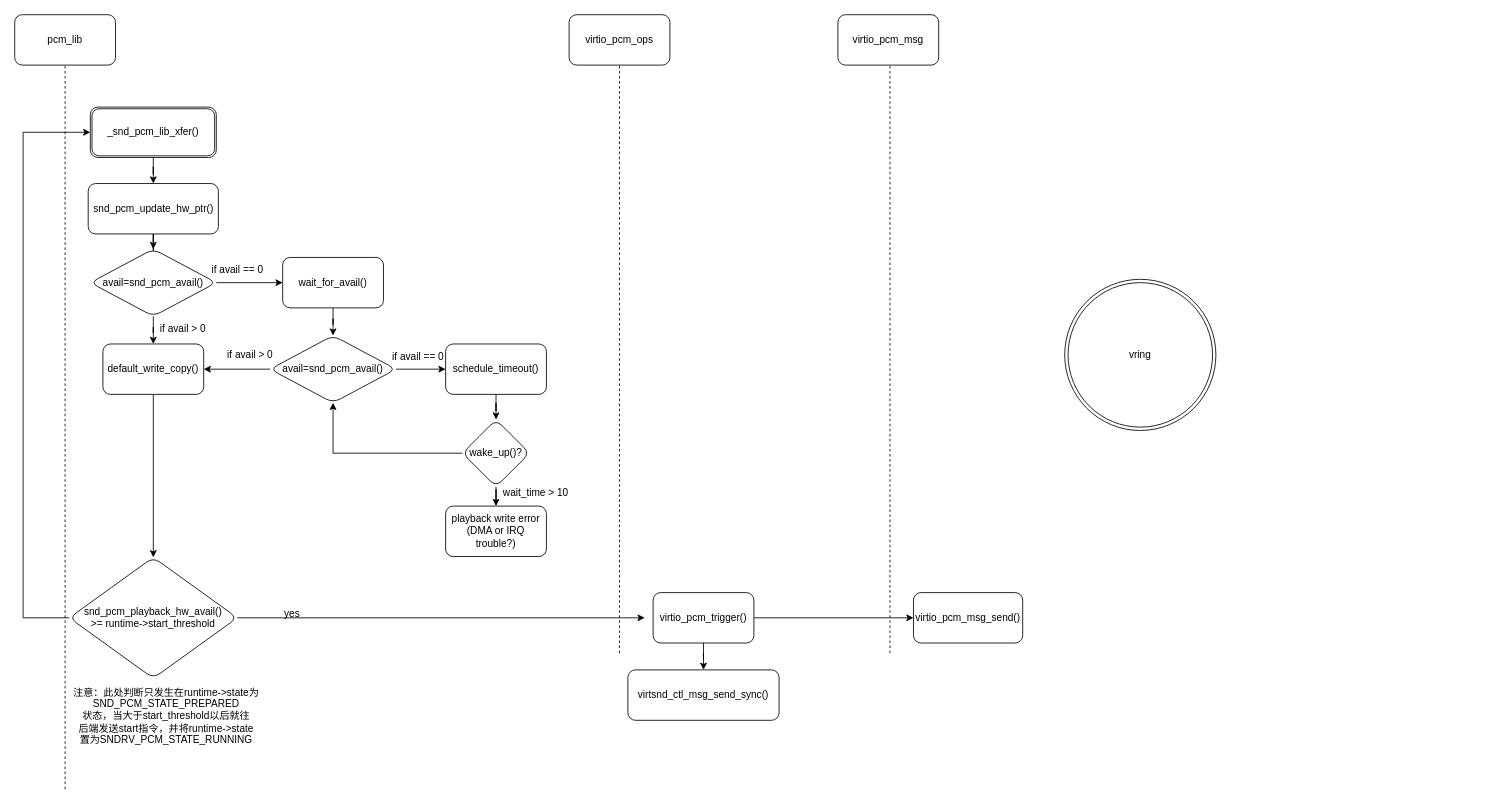
Before: Untitled Diagram.drawio in sj168/projectMgr, a draw.io diagram. Source tidied: cells renumbered, new cells numbered last; positions are measured from the earlier drawing's top-left corner, leaving out a move shared by most shapes. Both pictures are drawn from the tidied source at 84%, with x=0, y=0 at pixel (14, 14).
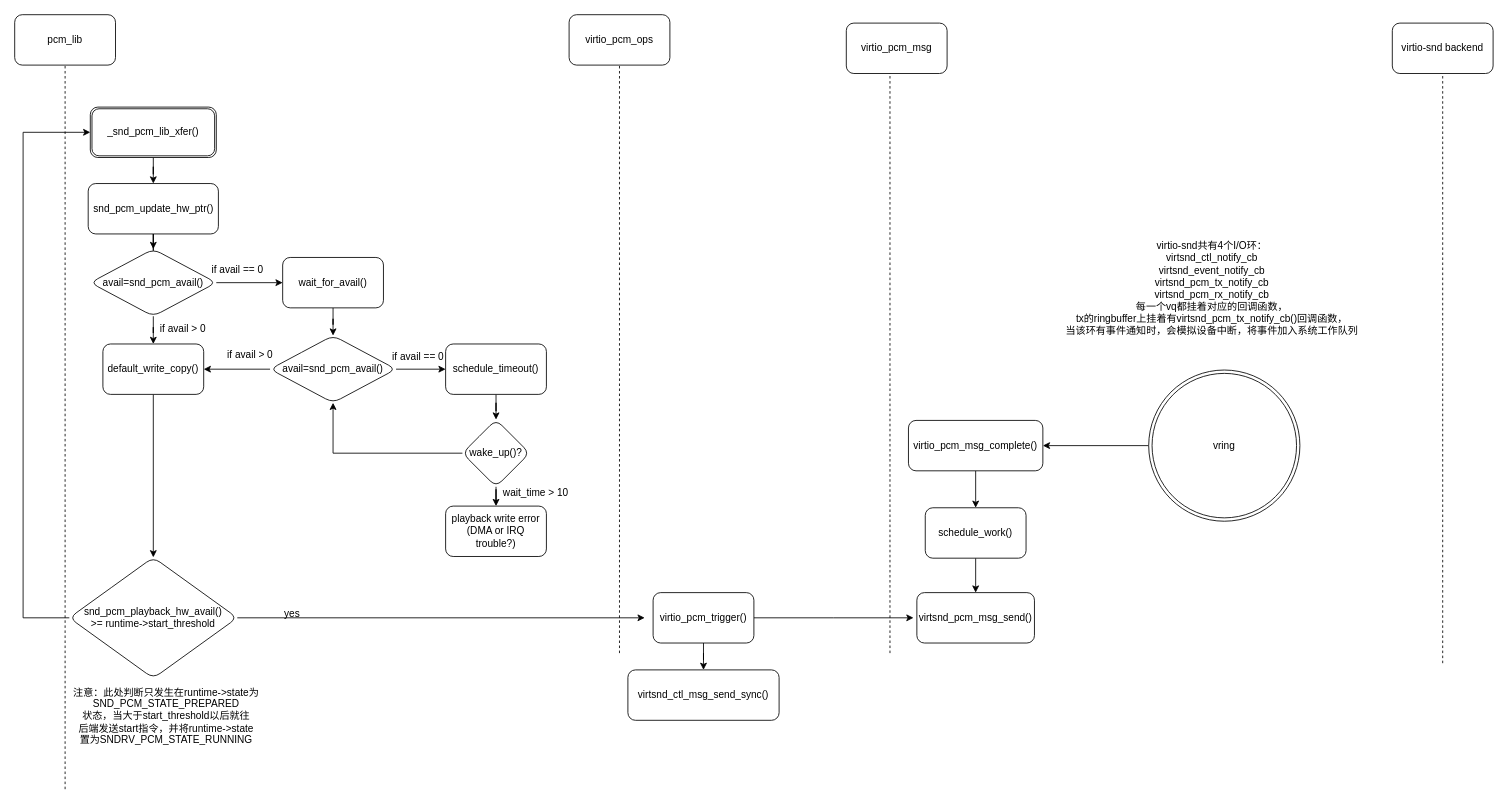
After the change.

Commit message (it also covers changes not shown here):
virtio-snd

Unchanged cells that the change refers to:
```xml
<mxCell id="40" value="virtio_pcm_trigger()" style="rounded=1;whiteSpace=wrap;html=1;" parent="1" vertex="1">
  <mxGeometry x="760" y="688" width="120" height="60" as="geometry" />
</mxCell>
```

What changed in the source:
```diff
@@
-    <mxCell id="35" value="virtio_pcm_msg_send()" style="rounded=1;whiteSpace=wrap;html=1;" parent="1" vertex="1">
-      <mxGeometry x="1070" y="688" width="130" height="60" as="geometry" />
-    </mxCell>
-    <mxCell id="36" value="virtio_pcm_msg" style="rounded=1;whiteSpace=wrap;html=1;" parent="1" vertex="1">
-      <mxGeometry x="980" width="120" height="60" as="geometry" />
+    <mxCell id="36" value="virtio-snd backend" style="rounded=1;whiteSpace=wrap;html=1;" parent="1" vertex="1">
+      <mxGeometry x="1640" y="10" width="120" height="60" as="geometry" />
     </mxCell>
@@
-    <mxCell id="38" style="edgeStyle=orthogonalEdgeStyle;rounded=0;jettySize=auto;html=1;entryX=0;entryY=0.5;entryDx=0;entryDy=0;" parent="1" edge="1" source="40" target="35">
-      <mxGeometry relative="1" as="geometry" />
+    <mxCell id="38" style="edgeStyle=orthogonalEdgeStyle;rounded=0;jettySize=auto;html=1;entryX=0;entryY=0.5;entryDx=0;entryDy=0;" parent="1" edge="1" source="40">
+      <mxGeometry relative="1" as="geometry">
+        <mxPoint x="1070" y="718" as="targetPoint" />
+      </mxGeometry>
     </mxCell>
@@
+    <mxCell id="44" style="edgeStyle=orthogonalEdgeStyle;rounded=0;jettySize=auto;html=1;" parent="1" edge="1" source="43" target="47">
+      <mxGeometry relative="1" as="geometry" />
+    </mxCell>
     <mxCell id="43" value="vring" style="ellipse;shape=doubleEllipse;whiteSpace=wrap;html=1;" parent="1" vertex="1">
-      <mxGeometry x="1250" y="315" width="180" height="180" as="geometry" />
+      <mxGeometry x="1350" y="423" width="180" height="180" as="geometry" />
     </mxCell>
+    <mxCell id="45" value="virtio-snd共有4个I/O环：&lt;br&gt;virtsnd_ctl_notify_cb&lt;br&gt;virtsnd_event_notify_cb&lt;br&gt;virtsnd_pcm_tx_notify_cb&lt;br&gt;virtsnd_pcm_rx_notify_cb&lt;br&gt;每一个vq都挂着对应的回调函数，&lt;br&gt;tx的ringbuffer上挂着有virtsnd_pcm_tx_notify_cb()回调函数，&lt;br&gt;当该环有事件通知时，会模拟设备中断，将事件加入系统工作队列" style="text;html=1;align=center;verticalAlign=middle;strokeColor=none;fillColor=none;" parent="1" vertex="1">
+      <mxGeometry x="1240" y="261" width="370" height="130" as="geometry" />
+    </mxCell>
+    <mxCell id="46" style="edgeStyle=orthogonalEdgeStyle;rounded=0;jettySize=auto;html=1;" parent="1" edge="1" source="47" target="49">
+      <mxGeometry relative="1" as="geometry" />
+    </mxCell>
+    <mxCell id="47" value="virtio_pcm_msg_complete()" style="rounded=1;whiteSpace=wrap;html=1;" parent="1" vertex="1">
+      <mxGeometry x="1064" y="483" width="160" height="60" as="geometry" />
+    </mxCell>
+    <mxCell id="48" style="edgeStyle=orthogonalEdgeStyle;rounded=0;jettySize=auto;html=1;" parent="1" edge="1" source="49" target="50">
+      <mxGeometry relative="1" as="geometry" />
+    </mxCell>
+    <mxCell id="49" value="schedule_work()" style="whiteSpace=wrap;html=1;rounded=1;" parent="1" vertex="1">
+      <mxGeometry x="1084" y="587" width="120" height="60" as="geometry" />
+    </mxCell>
+    <mxCell id="50" value="virtsnd_pcm_msg_send()" style="whiteSpace=wrap;html=1;rounded=1;" parent="1" vertex="1">
+      <mxGeometry x="1074" y="688" width="140" height="60" as="geometry" />
+    </mxCell>
+    <mxCell id="51" value="virtio_pcm_msg" style="rounded=1;whiteSpace=wrap;html=1;" parent="1" vertex="1">
+      <mxGeometry x="990" y="10" width="120" height="60" as="geometry" />
+    </mxCell>
+    <mxCell id="52" style="endArrow=none;dashed=1;html=1;rounded=0;entryX=0.5;entryY=1;entryDx=0;entryDy=0;" parent="1" edge="1">
+      <mxGeometry relative="1" as="geometry">
+        <mxPoint x="1700" y="772" as="sourcePoint" />
+        <mxPoint x="1700" y="72" as="targetPoint" />
+      </mxGeometry>
+    </mxCell>
```
